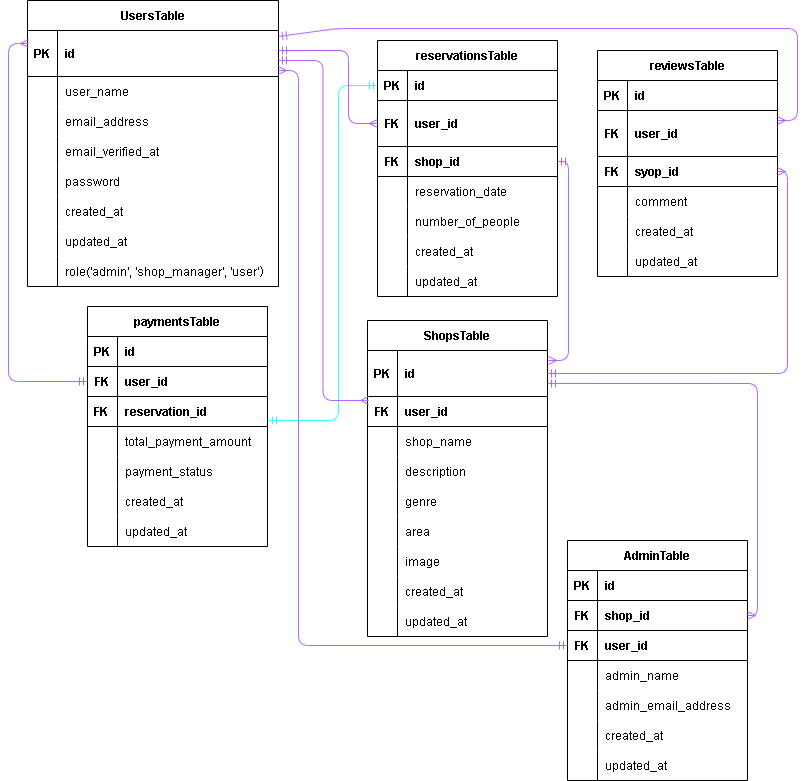
The draw.io diagram src/rese.drawio.png in ponponmama/20240713-erika_hara-rese, before a commit. Source tidied: cells renumbered, new cells last; positions are measured from the earlier drawing's top-left corner, leaving out a move shared by most shapes.
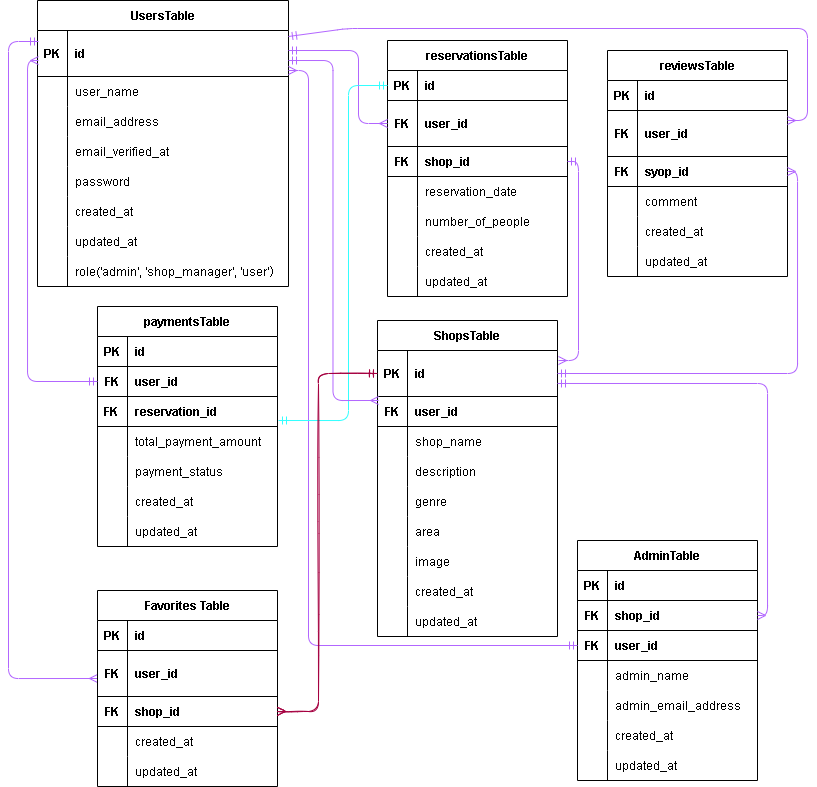
The same file after the commit.

What changed in the source:
```diff
@@ -77,6 +77,16 @@
     <mxCell id="26" value="role('admin', 'shop_manager', 'user'）" style="shape=partialRectangle;fillColor=none;top=0;left=0;bottom=0;right=0;align=left;spacingLeft=6;overflow=hidden;labelBackgroundColor=none;strokeColor=#000000;strokeWidth=1;fontColor=#000000;" parent="24" vertex="1">
       <mxGeometry x="30" width="221" height="30" as="geometry" />
     </mxCell>
+    <mxCell id="149" style="edgeStyle=orthogonalEdgeStyle;fontSize=12;html=1;endArrow=ERmany;strokeColor=#B266FF;strokeWidth=1;fontColor=default;startArrow=ERmandOne;startFill=0;entryX=-0.007;entryY=0.239;entryDx=0;entryDy=0;entryPerimeter=0;" parent="2" edge="1">
+      <mxGeometry relative="1" as="geometry">
+        <mxPoint x="1" y="41" as="sourcePoint" />
+        <mxPoint x="60" y="678" as="targetPoint" />
+        <Array as="points">
+          <mxPoint x="-29" y="41" />
+          <mxPoint x="-29" y="678" />
+        </Array>
+      </mxGeometry>
+    </mxCell>
     <mxCell id="27" value="AdminTable" style="shape=table;startSize=30;rowLines=0;fontStyle=1;align=center;strokeColor=#000000;strokeWidth=1;fontColor=#000000;fillColor=none;" parent="1" vertex="1">
       <mxGeometry x="559" y="540" width="180" height="240" as="geometry" />
     </mxCell>
@@ -459,11 +469,13 @@
         </Array>
       </mxGeometry>
     </mxCell>
-    <mxCell id="146" style="edgeStyle=orthogonalEdgeStyle;fontSize=12;html=1;endArrow=ERmany;strokeColor=#B266FF;strokeWidth=1;fontColor=default;exitX=0;exitY=0.5;exitDx=0;exitDy=0;startArrow=ERmandOne;startFill=0;entryX=0.004;entryY=0.283;entryDx=0;entryDy=0;entryPerimeter=0;" parent="1" edge="1" source="94" target="3">
+    <mxCell id="146" style="edgeStyle=orthogonalEdgeStyle;fontSize=12;html=1;endArrow=ERmany;strokeColor=#B266FF;strokeWidth=1;fontColor=default;exitX=0;exitY=0.5;exitDx=0;exitDy=0;startArrow=ERmandOne;startFill=0;" parent="1" edge="1" source="94">
       <mxGeometry relative="1" as="geometry">
+        <mxPoint x="20" y="60" as="targetPoint" />
         <Array as="points">
-          <mxPoint y="381" />
-          <mxPoint y="43" />
+          <mxPoint x="9" y="381" />
+          <mxPoint x="9" y="60" />
+          <mxPoint x="20" y="60" />
         </Array>
       </mxGeometry>
     </mxCell>
@@ -479,5 +491,61 @@
     <mxCell id="148" style="edgeStyle=orthogonalEdgeStyle;fontSize=12;html=1;endArrow=ERmany;entryX=0.006;entryY=0.133;entryDx=0;entryDy=0;startArrow=ERmandOne;startFill=0;strokeColor=#B266FF;exitX=1;exitY=0.652;exitDx=0;exitDy=0;exitPerimeter=0;entryPerimeter=0;" parent="1" edge="1" source="3" target="118">
       <mxGeometry relative="1" as="geometry" />
     </mxCell>
+    <mxCell id="150" value="Favorites Table" style="shape=table;startSize=30;rowLines=0;fontStyle=1;align=center;fillColor=none;strokeColor=#000000;strokeWidth=1;fontColor=#000000;" parent="1" vertex="1">
+      <mxGeometry x="79" y="590" width="180" height="196" as="geometry" />
+    </mxCell>
+    <mxCell id="151" style="shape=tableRow;horizontal=0;startSize=0;swimlaneHead=0;swimlaneBody=0;fillColor=none;top=0;left=0;right=0;bottom=1;strokeColor=#000000;strokeWidth=1;fontColor=#000000;" parent="150" vertex="1">
+      <mxGeometry y="30" width="180" height="30" as="geometry" />
+    </mxCell>
+    <mxCell id="152" value="PK" style="shape=partialRectangle;fillColor=none;top=0;left=0;bottom=0;right=0;fontStyle=1;overflow=hidden;fontColor=#000000;strokeColor=#000000;strokeWidth=1;" parent="151" vertex="1">
+      <mxGeometry width="30" height="30" as="geometry" />
+    </mxCell>
+    <mxCell id="153" value="id" style="shape=partialRectangle;fillColor=none;top=0;left=0;bottom=0;right=0;align=left;spacingLeft=6;fontStyle=1;overflow=hidden;fontColor=#000000;strokeColor=#000000;strokeWidth=1;" parent="151" vertex="1">
+      <mxGeometry x="30" width="150" height="30" as="geometry" />
+    </mxCell>
+    <mxCell id="154" style="shape=tableRow;horizontal=0;startSize=0;swimlaneHead=0;swimlaneBody=0;fillColor=none;top=0;left=0;right=0;bottom=1;strokeColor=#000000;strokeWidth=1;fontColor=#000000;" parent="150" vertex="1">
+      <mxGeometry y="60" width="180" height="46" as="geometry" />
+    </mxCell>
+    <mxCell id="155" value="FK" style="shape=partialRectangle;fillColor=none;top=0;left=0;bottom=0;right=0;fontStyle=1;overflow=hidden;fontColor=#000000;strokeColor=#000000;strokeWidth=1;" parent="154" vertex="1">
+      <mxGeometry width="30" height="46" as="geometry" />
+    </mxCell>
+    <mxCell id="156" value="user_id" style="shape=partialRectangle;fillColor=none;top=0;left=0;bottom=0;right=0;align=left;spacingLeft=6;fontStyle=1;overflow=hidden;fontColor=#000000;strokeColor=#000000;strokeWidth=1;" parent="154" vertex="1">
+      <mxGeometry x="30" width="150" height="46" as="geometry" />
+    </mxCell>
+    <mxCell id="157" style="shape=tableRow;horizontal=0;startSize=0;swimlaneHead=0;swimlaneBody=0;fillColor=none;points=[[0,0.5],[1,0.5]];portConstraint=eastwest;top=0;left=0;right=0;bottom=1;strokeColor=#000000;strokeWidth=1;fontColor=#000000;" parent="150" vertex="1">
+      <mxGeometry y="106" width="180" height="30" as="geometry" />
+    </mxCell>
+    <mxCell id="158" value="FK" style="shape=partialRectangle;fillColor=none;top=0;left=0;bottom=0;right=0;fontStyle=1;overflow=hidden;fontColor=#000000;strokeColor=#000000;strokeWidth=1;" parent="157" vertex="1">
+      <mxGeometry width="30" height="30" as="geometry" />
+    </mxCell>
+    <mxCell id="159" value="shop_id" style="shape=partialRectangle;fillColor=none;top=0;left=0;bottom=0;right=0;align=left;spacingLeft=6;fontStyle=1;overflow=hidden;fontColor=#000000;strokeColor=#000000;strokeWidth=1;" parent="157" vertex="1">
+      <mxGeometry x="30" width="150" height="30" as="geometry" />
+    </mxCell>
+    <mxCell id="160" style="shape=tableRow;horizontal=0;startSize=0;swimlaneHead=0;swimlaneBody=0;fillColor=none;top=0;left=0;right=0;bottom=0;strokeColor=#000000;strokeWidth=1;fontColor=#000000;" parent="150" vertex="1">
+      <mxGeometry y="136" width="180" height="30" as="geometry" />
+    </mxCell>
+    <mxCell id="161" style="shape=partialRectangle;fillColor=none;top=0;left=0;bottom=0;right=0;overflow=hidden;fontColor=#000000;strokeColor=#000000;strokeWidth=1;" parent="160" vertex="1">
+      <mxGeometry width="30" height="30" as="geometry" />
+    </mxCell>
+    <mxCell id="162" value="created_at" style="shape=partialRectangle;fillColor=none;top=0;left=0;bottom=0;right=0;align=left;spacingLeft=6;overflow=hidden;fontColor=#000000;strokeColor=#000000;strokeWidth=1;" parent="160" vertex="1">
+      <mxGeometry x="30" width="150" height="30" as="geometry" />
+    </mxCell>
+    <mxCell id="163" style="shape=tableRow;horizontal=0;startSize=0;swimlaneHead=0;swimlaneBody=0;fillColor=none;top=0;left=0;right=0;bottom=0;strokeColor=#000000;strokeWidth=1;fontColor=#000000;" parent="150" vertex="1">
+      <mxGeometry y="166" width="180" height="30" as="geometry" />
+    </mxCell>
+    <mxCell id="164" style="shape=partialRectangle;fillColor=none;top=0;left=0;bottom=0;right=0;overflow=hidden;fontColor=#000000;strokeColor=#000000;strokeWidth=1;" parent="163" vertex="1">
+      <mxGeometry width="30" height="30" as="geometry" />
+    </mxCell>
+    <mxCell id="165" value="updated_at" style="shape=partialRectangle;fillColor=none;top=0;left=0;bottom=0;right=0;align=left;spacingLeft=6;overflow=hidden;fontColor=#000000;strokeColor=#000000;strokeWidth=1;" parent="163" vertex="1">
+      <mxGeometry x="30" width="150" height="30" as="geometry" />
+    </mxCell>
+    <mxCell id="166" style="edgeStyle=orthogonalEdgeStyle;sketch=1;html=1;startArrow=ERmandOne;startFill=0;exitX=0;exitY=0.5;exitDx=0;exitDy=0;entryX=1;entryY=0.5;entryDx=0;entryDy=0;fillColor=#d80073;strokeColor=#A50040;endArrow=ERmany;endFill=0;" parent="1" edge="1" source="115" target="157">
+      <mxGeometry relative="1" as="geometry">
+        <Array as="points">
+          <mxPoint x="300" y="373" />
+          <mxPoint x="300" y="711" />
+        </Array>
+      </mxGeometry>
+    </mxCell>
   </root>
 </mxGraphModel>
```
